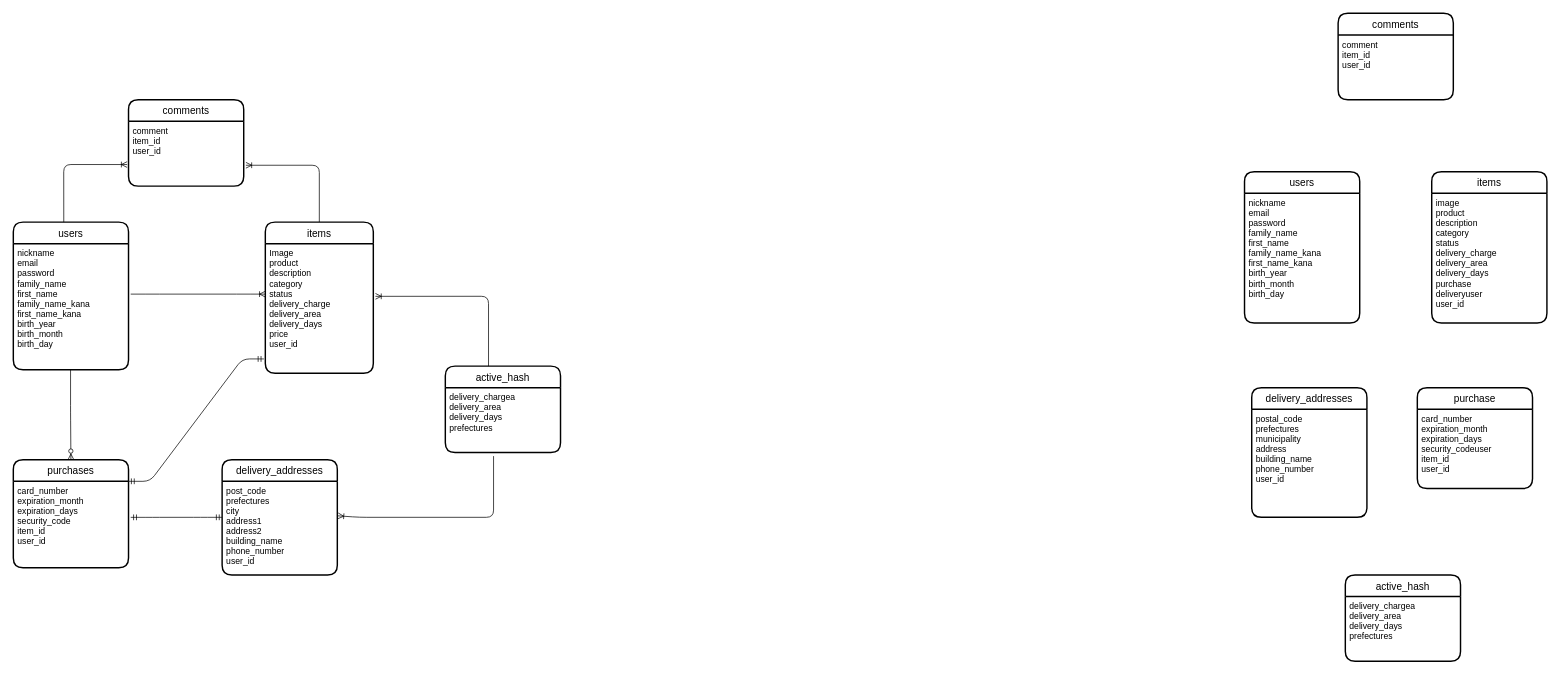
The draw.io diagram test.dio in muratamasaya/furima-30495, before the edit. Source tidied: cells renumbered, new cells numbered last; positions are measured from the earlier drawing's top-left corner, leaving out a move shared by most shapes. Both pictures are drawn from the tidied source at 72%, with x=0, y=0 at pixel (13, 13).
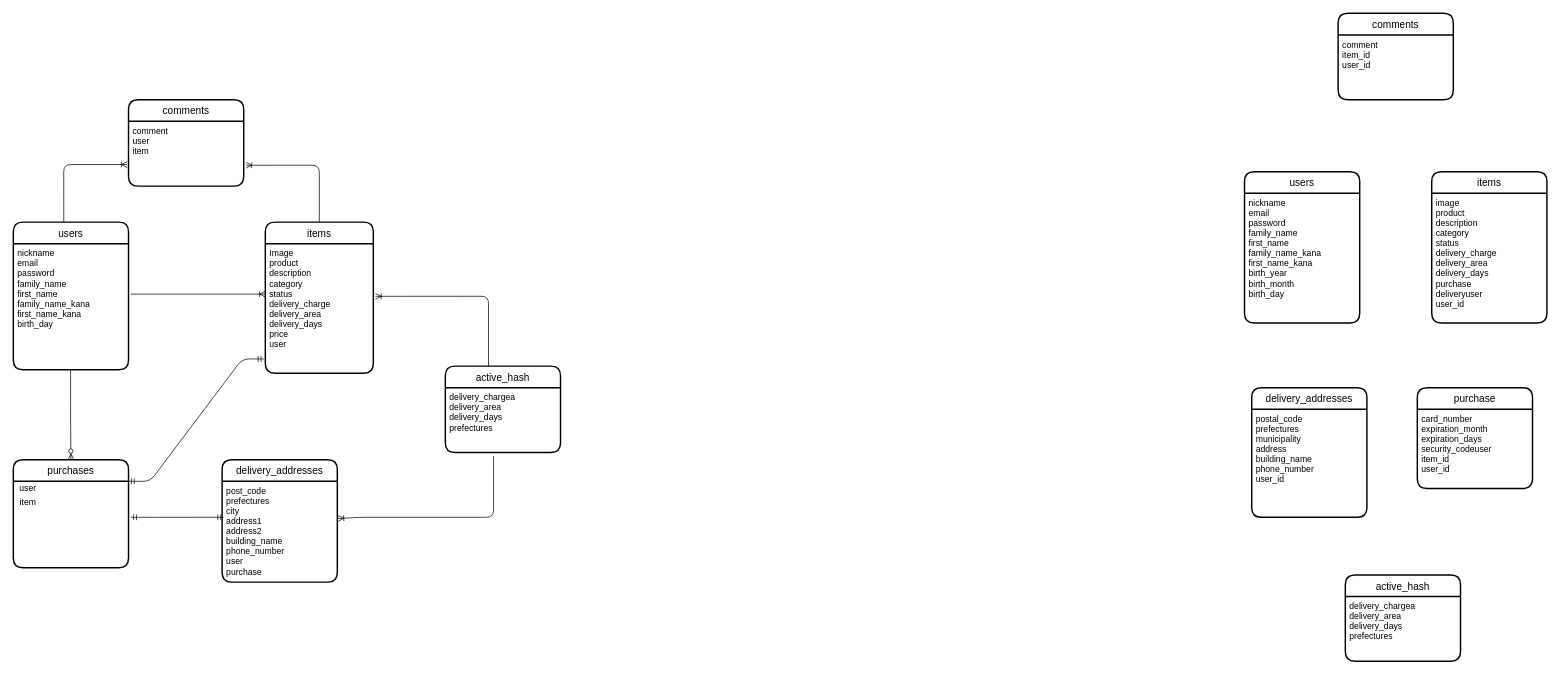
The same page after the edit.

Commit message (it also covers changes not shown here):
READMEへのデータベース設計の記述の修正

The change refers to these unchanged cells:
```xml
<mxCell id="14" value="users" style="swimlane;horizontal=1;startSize=30;rounded=1;fontSize=14;fontStyle=0;strokeWidth=2;shadow=0;dashed=0;align=center;" parent="1" vertex="1">
  <mxGeometry y="290" width="160" height="205" as="geometry" />
</mxCell>
<mxCell id="18" value="comments" style="swimlane;horizontal=1;startSize=30;rounded=1;fontSize=14;fontStyle=0;strokeWidth=2;shadow=0;dashed=0;align=center;" parent="1" vertex="1">
  <mxGeometry x="160" y="120" width="160" height="120" as="geometry" />
</mxCell>
<mxCell id="20" value="purchases" style="swimlane;horizontal=1;startSize=30;rounded=1;fontSize=14;fontStyle=0;strokeWidth=2;shadow=0;dashed=0;align=center;" parent="1" vertex="1">
  <mxGeometry y="620" width="160" height="150" as="geometry" />
</mxCell>
<mxCell id="23" value="items" style="swimlane;horizontal=1;startSize=30;rounded=1;fontSize=14;fontStyle=0;strokeWidth=2;shadow=0;dashed=0;align=center;" parent="1" vertex="1">
  <mxGeometry x="350" y="290" width="150" height="210" as="geometry" />
</mxCell>
```

Diff of the diagram source:
```diff
@@
-    <mxCell id="15" value="nickname&#10;email&#10;password&#10;family_name&#10;first_name&#10;family_name_kana&#10;first_name_kana&#10;birth_year&#10;birth_month&#10;birth_day" style="align=left;strokeColor=none;fillColor=none;spacingLeft=4;fontSize=12;verticalAlign=top;" parent="14" vertex="1">
+    <mxCell id="15" value="nickname&#10;email&#10;password&#10;family_name&#10;first_name&#10;family_name_kana&#10;first_name_kana&#10;birth_day" style="align=left;strokeColor=none;fillColor=none;spacingLeft=4;fontSize=12;verticalAlign=top;" parent="14" vertex="1">
       <mxGeometry y="30" width="160" height="175" as="geometry" />
     </mxCell>
@@
-    <mxCell id="19" value="comment&#10;item_id&#10;user_id" style="align=left;strokeColor=none;fillColor=none;spacingLeft=4;fontSize=12;verticalAlign=top;" parent="18" vertex="1">
+    <mxCell id="19" value="comment&#10;user&#10;item&#10;" style="align=left;strokeColor=none;fillColor=none;spacingLeft=4;fontSize=12;verticalAlign=top;" parent="18" vertex="1">
       <mxGeometry y="30" width="160" height="90" as="geometry" />
     </mxCell>
@@
-    <mxCell id="21" value="card_number&#10;expiration_month&#10;expiration_days&#10;security_code&#10;item_id&#10;user_id&#10;" style="align=left;strokeColor=none;fillColor=none;spacingLeft=4;fontSize=12;verticalAlign=top;" parent="20" vertex="1">
-      <mxGeometry y="30" width="160" height="120" as="geometry" />
-    </mxCell>
@@
-    <mxCell id="24" value="Image&#10;product&#10;description&#10;category&#10;status&#10;delivery_charge&#10;delivery_area&#10;delivery_days&#10;price&#10;user_id" style="align=left;strokeColor=none;fillColor=none;spacingLeft=4;fontSize=12;verticalAlign=top;" parent="23" vertex="1">
+    <mxCell id="24" value="Image&#10;product&#10;description&#10;category&#10;status&#10;delivery_charge&#10;delivery_area&#10;delivery_days&#10;price&#10;user" style="align=left;strokeColor=none;fillColor=none;spacingLeft=4;fontSize=12;verticalAlign=top;" parent="23" vertex="1">
       <mxGeometry y="30" width="150" height="180" as="geometry" />
     </mxCell>
@@
     <mxCell id="26" value="delivery_addresses" style="swimlane;horizontal=1;startSize=30;rounded=1;fontSize=14;fontStyle=0;strokeWidth=2;shadow=0;dashed=0;align=center;" parent="1" vertex="1">
-      <mxGeometry x="290" y="620" width="160" height="160" as="geometry" />
+      <mxGeometry x="290" y="620" width="160" height="170" as="geometry" />
     </mxCell>
-    <mxCell id="27" value="post_code&#10;prefectures&#10;city&#10;address1&#10;address2&#10;building_name&#10;phone_number&#10;user_id" style="align=left;strokeColor=none;fillColor=none;spacingLeft=4;fontSize=12;verticalAlign=top;" parent="26" vertex="1">
-      <mxGeometry y="30" width="160" height="130" as="geometry" />
+    <mxCell id="27" value="post_code&#10;prefectures&#10;city&#10;address1&#10;address2&#10;building_name&#10;phone_number&#10;user&#10;purchase&#10;" style="align=left;strokeColor=none;fillColor=none;spacingLeft=4;fontSize=12;verticalAlign=top;" parent="26" vertex="1">
+      <mxGeometry y="30" width="160" height="140" as="geometry" />
     </mxCell>
-    <mxCell id="28" style="edgeStyle=entityRelationEdgeStyle;fontSize=12;html=1;endArrow=ERmandOne;startArrow=ERmandOne;exitX=1.019;exitY=0.417;exitDx=0;exitDy=0;exitPerimeter=0;entryX=0;entryY=0.5;entryDx=0;entryDy=0;" parent="1" edge="1" source="21" target="26">
-      <mxGeometry relative="1" as="geometry" />
+    <mxCell id="28" style="edgeStyle=entityRelationEdgeStyle;fontSize=12;html=1;endArrow=ERmandOne;startArrow=ERmandOne;exitX=1.019;exitY=0.417;exitDx=0;exitDy=0;exitPerimeter=0;entryX=0.013;entryY=0.357;entryDx=0;entryDy=0;entryPerimeter=0;" parent="1" edge="1" target="27">
+      <mxGeometry relative="1" as="geometry">
+        <mxPoint x="163" y="700" as="sourcePoint" />
+      </mxGeometry>
     </mxCell>
-    <mxCell id="29" style="edgeStyle=entityRelationEdgeStyle;fontSize=12;html=1;endArrow=ERmandOne;startArrow=ERmandOne;entryX=-0.013;entryY=0.889;entryDx=0;entryDy=0;entryPerimeter=0;exitX=1;exitY=0;exitDx=0;exitDy=0;" parent="1" edge="1" source="21" target="24">
-      <mxGeometry relative="1" as="geometry" />
+    <mxCell id="29" style="edgeStyle=entityRelationEdgeStyle;fontSize=12;html=1;endArrow=ERmandOne;startArrow=ERmandOne;entryX=-0.013;entryY=0.889;entryDx=0;entryDy=0;entryPerimeter=0;exitX=1;exitY=0;exitDx=0;exitDy=0;" parent="1" edge="1" target="24">
+      <mxGeometry relative="1" as="geometry">
+        <mxPoint x="160" y="650" as="sourcePoint" />
+      </mxGeometry>
     </mxCell>
@@
+    <mxCell id="34" value="user" style="text;html=1;align=center;verticalAlign=middle;" parent="1" vertex="1">
+      <mxGeometry y="650" width="40" height="20" as="geometry" />
+    </mxCell>
+    <mxCell id="35" value="item" style="text;html=1;align=center;verticalAlign=middle;" parent="1" vertex="1">
+      <mxGeometry y="670" width="40" height="20" as="geometry" />
+    </mxCell>
```
